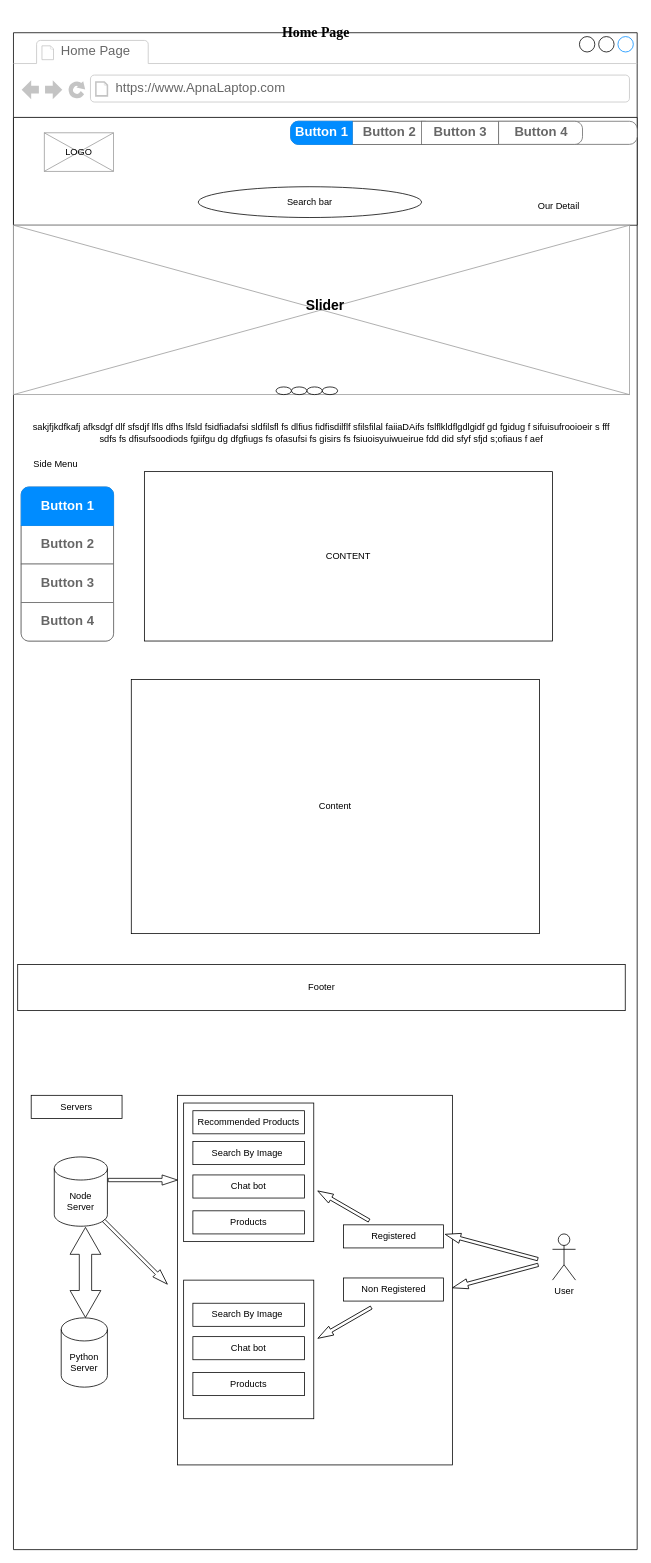
The draw.io diagram HomePage.drawio in Hamza8479/Wireframe, before the edit. Source tidied: cells renumbered, new cells numbered last; positions are measured from the earlier drawing's top-left corner, leaving out a move shared by most shapes. Both pictures are drawn from the tidied source at 77%, with x=0, y=0 at pixel (13, 25).
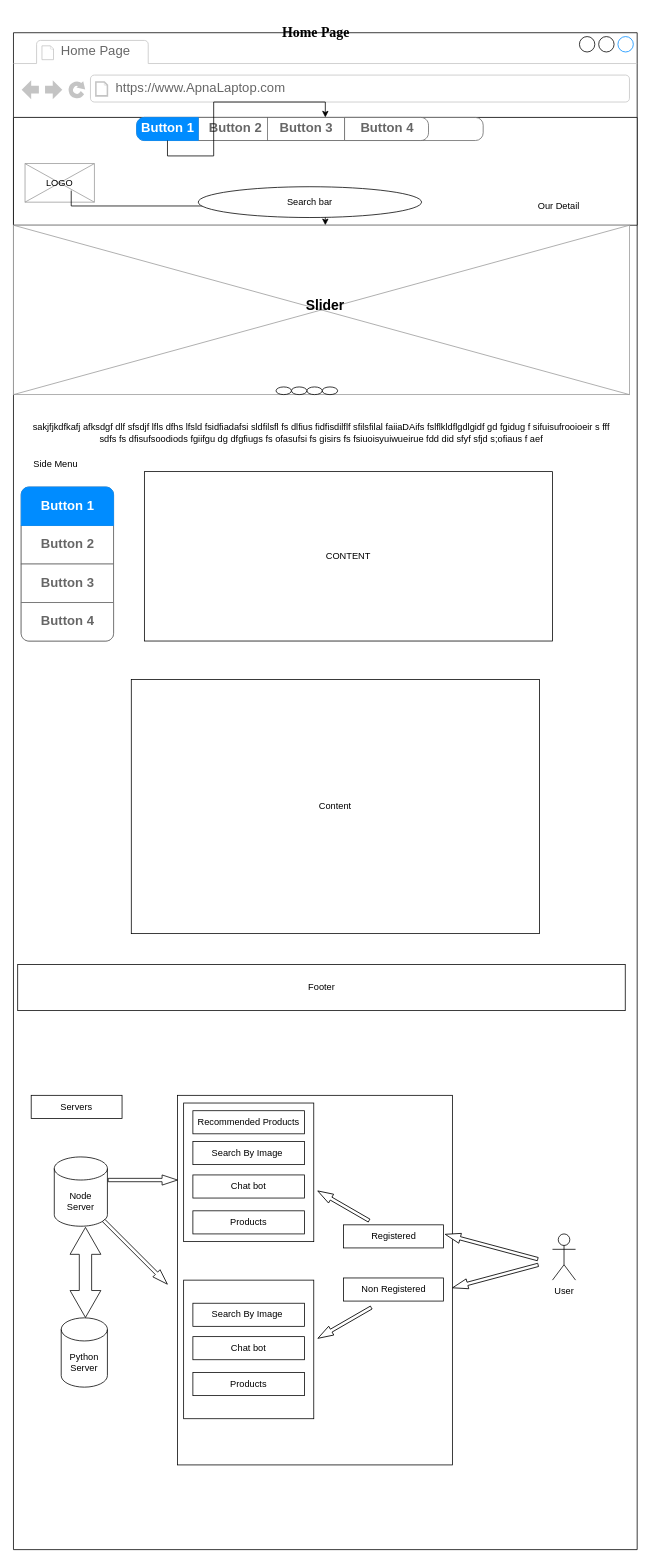
After the change.

Unchanged cells that the change refers to:
```xml
<mxCell id="2" style="strokeWidth=1;shadow=0;dashed=0;align=center;html=1;shape=mxgraph.mockup.containers.browserWindow;rSize=0;strokeColor2=#008cff;strokeColor3=#c4c4c4;mainText=,;" parent="1" vertex="1">
  <mxGeometry y="10" width="810" height="1970" as="geometry" />
</mxCell>
<mxCell id="5" style="verticalLabelPosition=bottom;verticalAlign=top;html=1;shape=mxgraph.basic.rect;fillColor2=none;strokeWidth=1;size=20;indent=5;fontFamily=Times New Roman;fontSize=18;" parent="2" vertex="1">
  <mxGeometry y="110" width="810" height="140" as="geometry" />
</mxCell>
<mxCell id="21" value="Button 1" style="strokeWidth=1;shadow=0;dashed=0;align=center;html=1;shape=mxgraph.mockup.leftButton;rSize=10;fontSize=17;fontColor=#ffffff;fontStyle=1;fillColor=#008cff;strokeColor=#008cff;" parent="17" vertex="1">
  <mxGeometry width="80" height="30" relative="1" as="geometry" />
</mxCell>
```

What changed in the source:
```diff
@@
     <mxCell id="6" style="verticalLabelPosition=bottom;shadow=0;dashed=0;align=center;html=1;verticalAlign=top;strokeWidth=1;shape=mxgraph.mockup.graphics.simpleIcon;strokeColor=#999999;" parent="2" vertex="1">
-      <mxGeometry x="40" y="130" width="90" height="50" as="geometry" />
+      <mxGeometry x="15" y="170" width="90" height="50" as="geometry" />
     </mxCell>
+    <mxCell id="56" style="edgeStyle=orthogonalEdgeStyle;rounded=0;jettySize=auto;html=1;exitX=0.75;exitY=1;exitDx=0;exitDy=0;" parent="2" edge="1" source="7" target="5">
+      <mxGeometry relative="1" as="geometry" />
+    </mxCell>
     <mxCell id="7" value="LOGO" style="text;html=1;strokeColor=none;fillColor=none;align=center;verticalAlign=middle;whiteSpace=wrap;rounded=0;" parent="2" vertex="1">
-      <mxGeometry x="55" y="145" width="60" height="20" as="geometry" />
+      <mxGeometry x="30" y="185" width="60" height="20" as="geometry" />
     </mxCell>
@@
     <mxCell id="17" style="strokeWidth=1;shadow=0;dashed=0;align=center;html=1;shape=mxgraph.mockup.rrect;rSize=10;fillColor=#ffffff;strokeColor=#666666;" parent="2" vertex="1">
-      <mxGeometry x="360" y="115" width="450" height="30" as="geometry" />
+      <mxGeometry x="160" y="110" width="450" height="30" as="geometry" />
     </mxCell>
@@
+    <mxCell id="57" style="edgeStyle=orthogonalEdgeStyle;rounded=0;jettySize=auto;html=1;" parent="17" edge="1" source="21" target="5">
+      <mxGeometry relative="1" as="geometry" />
+    </mxCell>
```
